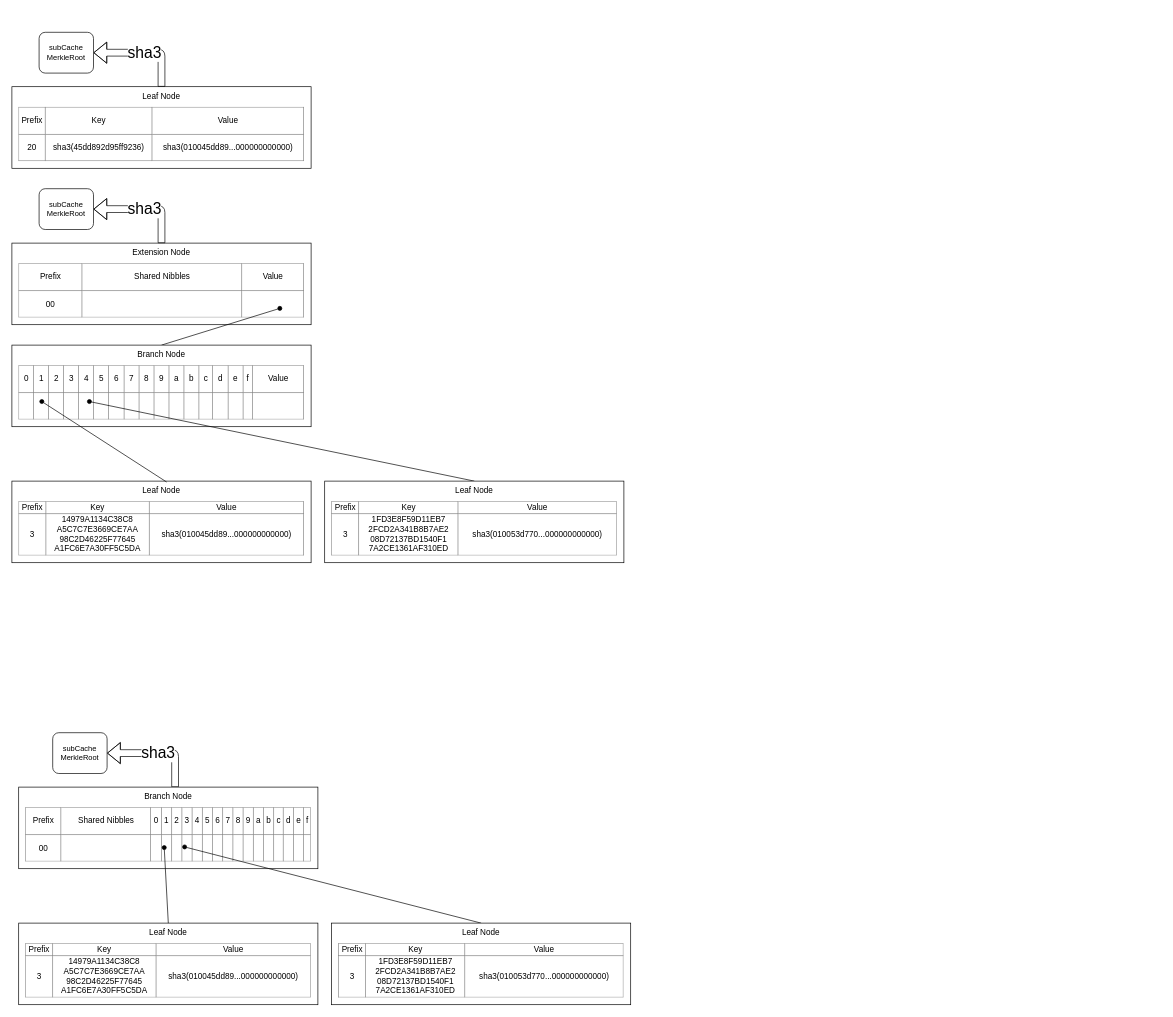
The draw.io diagram draw.io/patricia_tree.drawio in planethouki/images, before the edit. Source tidied: cells renumbered, new cells numbered last; positions are measured from the earlier drawing's top-left corner, leaving out a move shared by most shapes. Both pictures are drawn from the tidied source at 68%, with x=0, y=0 at pixel (12, 32).
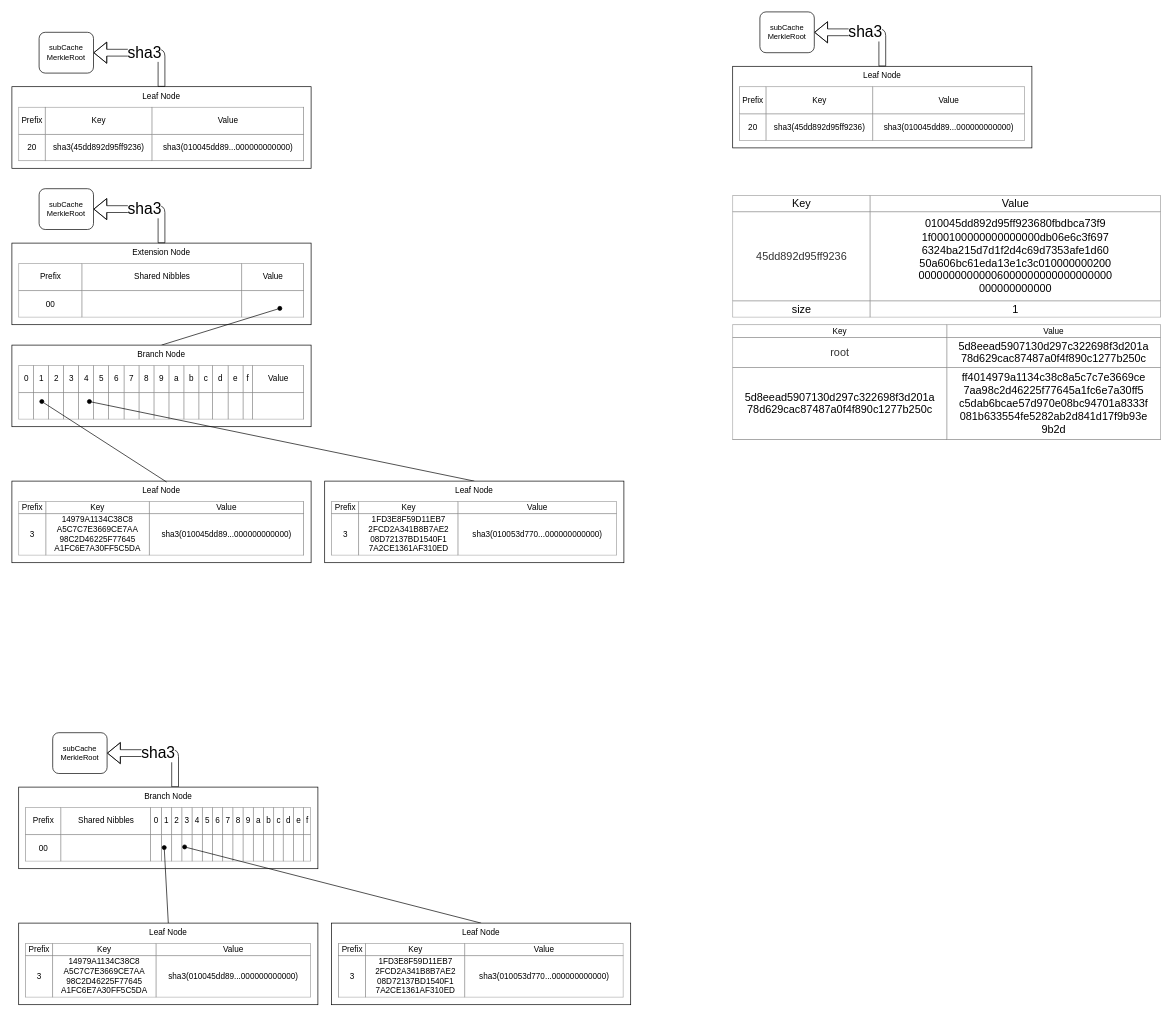
The same diagram, later.

Diff of the diagram source:
```diff
@@
+    <mxCell id="29" value="Leaf Node" style="rounded=0;whiteSpace=wrap;html=1;verticalAlign=top;" parent="1" vertex="1">
+      <mxGeometry x="1060" y="50" width="440" height="120" as="geometry" />
+    </mxCell>
+    <mxCell id="30" value="&lt;table border=&quot;1&quot; width=&quot;100%&quot; style=&quot;width: 100% ; height: 100% ; border-collapse: collapse&quot;&gt;&lt;tbody&gt;&lt;tr&gt;&lt;td align=&quot;center&quot;&gt;Prefix&lt;/td&gt;&lt;td align=&quot;center&quot;&gt;Key&lt;/td&gt;&lt;td align=&quot;center&quot;&gt;Value&lt;/td&gt;&lt;/tr&gt;&lt;tr&gt;&lt;td align=&quot;center&quot;&gt;20&lt;/td&gt;&lt;td align=&quot;center&quot;&gt;sha3(45dd892d95ff9236)&lt;/td&gt;&lt;td align=&quot;center&quot;&gt;sha3(010045dd89...000000000000)&lt;/td&gt;&lt;/tr&gt;&lt;/tbody&gt;&lt;/table&gt;" style="text;html=1;strokeColor=none;fillColor=none;overflow=fill;" parent="1" vertex="1">
+      <mxGeometry x="1070" y="80" width="420" height="80" as="geometry" />
+    </mxCell>
+    <mxCell id="31" value="sha3" style="shape=flexArrow;endArrow=classic;html=1;exitX=0.5;exitY=0;exitDx=0;exitDy=0;fontSize=23;entryX=1;entryY=0.5;entryDx=0;entryDy=0;" parent="1" edge="1" source="29" target="32">
+      <mxGeometry relative="1" as="geometry">
+        <Array as="points">
+          <mxPoint x="1280" />
+        </Array>
+      </mxGeometry>
+    </mxCell>
+    <mxCell id="32" value="subCache&lt;br&gt;MerkleRoot&lt;br&gt;" style="rounded=1;whiteSpace=wrap;html=1;fontSize=11;" parent="1" vertex="1">
+      <mxGeometry x="1100" y="-30" width="80" height="60" as="geometry" />
+    </mxCell>
+    <mxCell id="33" value="&lt;table border=&quot;1&quot; width=&quot;100%&quot; style=&quot;width: 100% ; height: 100% ; border-collapse: collapse ; font-size: 16px&quot;&gt;&lt;tbody&gt;&lt;tr&gt;&lt;td&gt;Key&lt;/td&gt;&lt;td&gt;Value&lt;/td&gt;&lt;/tr&gt;&lt;tr&gt;&lt;td&gt;&lt;span style=&quot;color: rgb(51 , 51 , 51) ; font-family: , &amp;#34;blinkmacsystemfont&amp;#34; , &amp;#34;segoe ui&amp;#34; , &amp;#34;helvetica neue&amp;#34; , &amp;#34;hiragino kaku gothic pron&amp;#34; , , &amp;#34;meiryo&amp;#34; , sans-serif ; font-size: 16px ; white-space: normal ; background-color: rgb(255 , 255 , 255)&quot;&gt;45dd892d95ff9236&lt;/span&gt;&lt;br&gt;&lt;/td&gt;&lt;td&gt;010045dd892d95ff923680fbdbca73f9&lt;br&gt;1f000100000000000000db06e6c3f697&lt;br&gt;6324ba215d7d1f2d4c69d7353afe1d60&lt;br&gt;50a606bc61eda13e1c3c010000000200&lt;br&gt;00000000000006000000000000000000&lt;br&gt;000000000000&lt;br&gt;&lt;/td&gt;&lt;/tr&gt;&lt;tr&gt;&lt;td&gt;size&lt;/td&gt;&lt;td&gt;1&lt;/td&gt;&lt;/tr&gt;&lt;/tbody&gt;&lt;/table&gt;" style="text;html=1;strokeColor=none;fillColor=none;overflow=fill;align=center;" parent="1" vertex="1">
+      <mxGeometry x="1060" y="240" width="630" height="180" as="geometry" />
+    </mxCell>
+    <mxCell id="34" value="&lt;table border=&quot;1&quot; width=&quot;100%&quot; style=&quot;width: 100% ; height: 100% ; border-collapse: collapse&quot;&gt;&lt;tbody&gt;&lt;tr&gt;&lt;td&gt;Key&lt;/td&gt;&lt;td&gt;Value&lt;/td&gt;&lt;/tr&gt;&lt;tr&gt;&lt;td&gt;&lt;span style=&quot;color: rgb(51 , 51 , 51) ; font-family: , &amp;#34;blinkmacsystemfont&amp;#34; , &amp;#34;segoe ui&amp;#34; , &amp;#34;helvetica neue&amp;#34; , &amp;#34;hiragino kaku gothic pron&amp;#34; , , &amp;#34;meiryo&amp;#34; , sans-serif ; font-size: 16px ; white-space: normal ; background-color: rgb(255 , 255 , 255)&quot;&gt;root&lt;/span&gt;&lt;br&gt;&lt;/td&gt;&lt;td&gt;&lt;font style=&quot;font-size: 16px&quot;&gt;5d8eead5907130d297c322698f3d201a&lt;br&gt;78d629cac87487a0f4f890c1277b250c&lt;/font&gt;&lt;br&gt;&lt;/td&gt;&lt;/tr&gt;&lt;tr style=&quot;font-size: 16px&quot;&gt;&lt;td style=&quot;font-size: 16px&quot;&gt;5d8eead5907130d297c322698f3d201a&lt;br&gt;78d629cac87487a0f4f890c1277b250c&lt;br&gt;&lt;/td&gt;&lt;td&gt;ff4014979a1134c38c8a5c7c7e3669ce&lt;br&gt;7aa98c2d46225f77645a1fc6e7a30ff5&lt;br&gt;c5dab6bcae57d970e08bc94701a8333f&lt;br&gt;081b633554fe5282ab2d841d17f9b93e&lt;br&gt;9b2d&lt;br&gt;&lt;/td&gt;&lt;/tr&gt;&lt;/tbody&gt;&lt;/table&gt;" style="text;html=1;strokeColor=none;fillColor=none;overflow=fill;align=center;" parent="1" vertex="1">
+      <mxGeometry x="1060" y="430" width="630" height="170" as="geometry" />
+    </mxCell>
```
